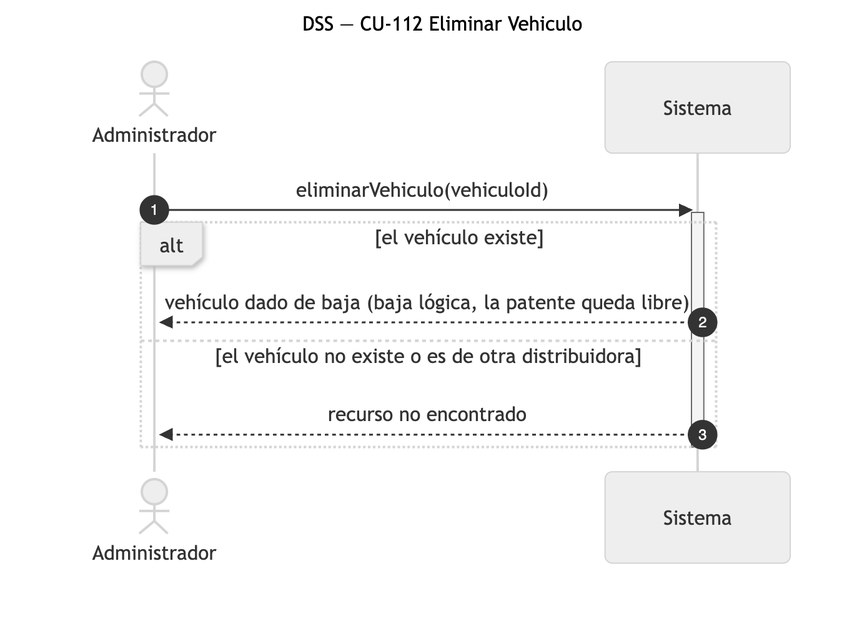
Above: diagramas/png/DSS_CU-112_Eliminar-Vehiculo.png in Nahuelito-Dev/splg-docs (Mermaid), before the change. Its source is kept beside it as diagramas/DSS_CU-112_Eliminar-Vehiculo.mmd.
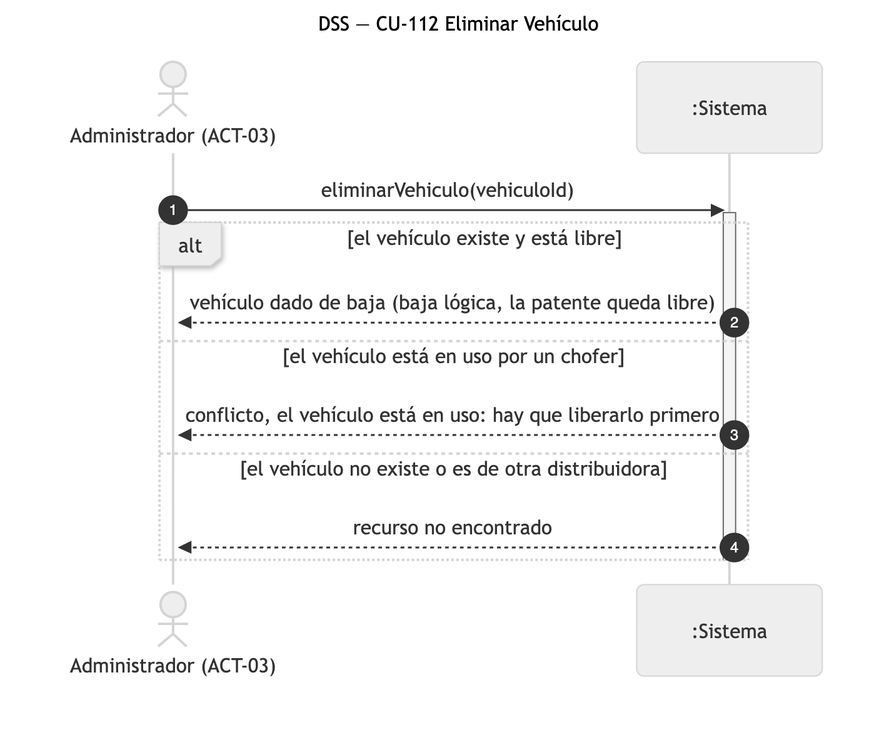
Above is the later version.

What changed in the source:
```diff
@@ -1,13 +1,15 @@
 sequenceDiagram
-    title DSS — CU-112 Eliminar Vehiculo
+    title DSS — CU-112 Eliminar Vehículo
     autonumber
-    actor ADM as Administrador
-    participant SIS as Sistema
+    actor ADM as Administrador (ACT-03)
+    participant SIS as :Sistema
 
     ADM->>SIS: eliminarVehiculo(vehiculoId)
     activate SIS
-    alt el vehículo existe
+    alt el vehículo existe y está libre
         SIS-->>ADM: vehículo dado de baja (baja lógica, la patente queda libre)
+    else el vehículo está en uso por un chofer
+        SIS-->>ADM: conflicto, el vehículo está en uso: hay que liberarlo primero
     else el vehículo no existe o es de otra distribuidora
         SIS-->>ADM: recurso no encontrado
     end
```
